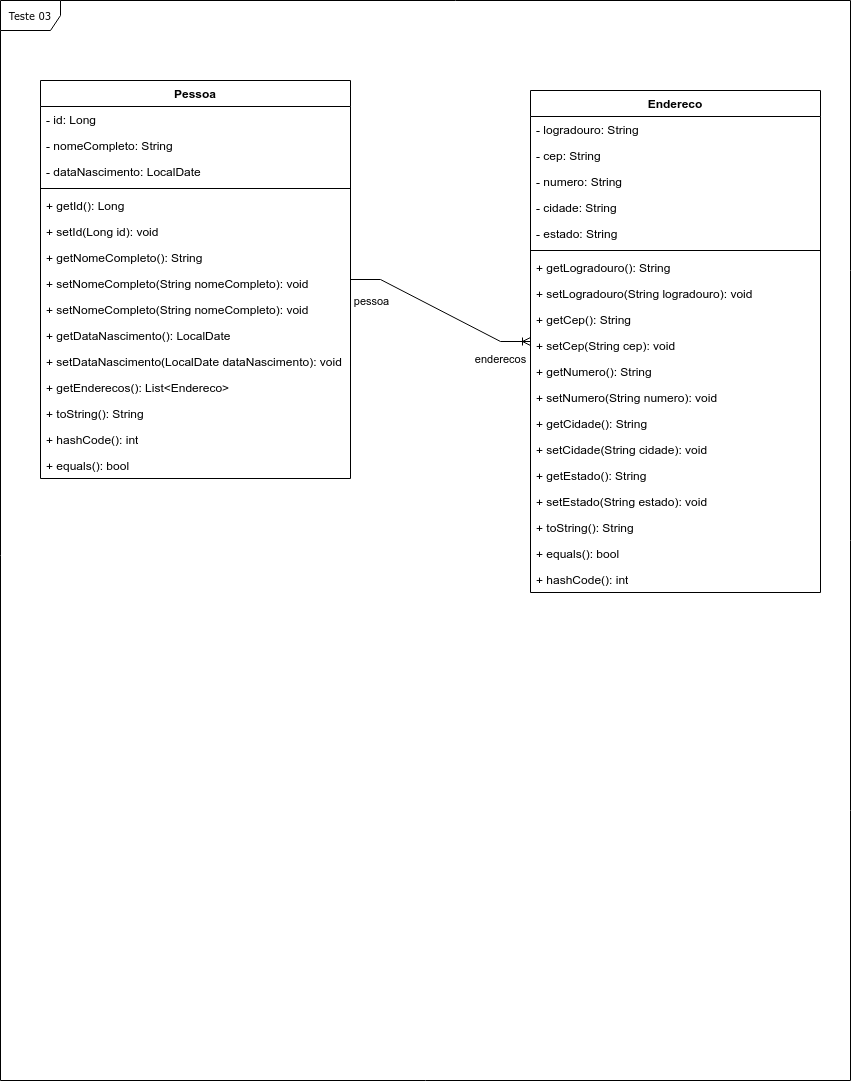
Earlier version of the draw.io export assets/teste-03-diagrama.drawio.png (JuniorAC90/api-attus-teste-03). Source tidied: cells renumbered, new cells last; positions are measured from the earlier drawing's top-left corner, leaving out a move shared by most shapes. Source of this version:
```xml
<mxGraphModel>
  <root>
    <mxCell id="0" />
    <mxCell id="1" parent="0" />
    <mxCell id="2" value="Teste 03" style="shape=umlFrame;whiteSpace=wrap;html=1;rounded=0;shadow=0;comic=0;labelBackgroundColor=none;strokeWidth=1;fontFamily=Verdana;fontSize=10;align=center;" parent="1" vertex="1">
      <mxGeometry width="850" height="1080" as="geometry" />
    </mxCell>
    <mxCell id="3" value="Pessoa" style="swimlane;fontStyle=1;align=center;verticalAlign=top;horizontal=1;startSize=26;whiteSpace=wrap;html=1;" parent="1" vertex="1">
      <mxGeometry x="40" y="80" width="310" height="398" as="geometry" />
    </mxCell>
    <mxCell id="4" value="- id: Long&lt;div&gt;&lt;br&gt;&lt;/div&gt;" style="text;strokeColor=none;fillColor=none;align=left;verticalAlign=top;spacingLeft=4;spacingRight=4;overflow=hidden;whiteSpace=wrap;html=1;" parent="3" vertex="1">
      <mxGeometry y="26" width="310" height="26" as="geometry" />
    </mxCell>
    <mxCell id="5" value="- nomeCompleto: String&lt;div&gt;&lt;br&gt;&lt;/div&gt;" style="text;strokeColor=none;fillColor=none;align=left;verticalAlign=top;spacingLeft=4;spacingRight=4;overflow=hidden;whiteSpace=wrap;html=1;" parent="3" vertex="1">
      <mxGeometry y="52" width="310" height="26" as="geometry" />
    </mxCell>
    <mxCell id="6" value="- dataNascimento: LocalDate" style="text;html=1;strokeColor=none;fillColor=none;align=left;verticalAlign=top;spacingLeft=4;spacingRight=4;whiteSpace=wrap;overflow=hidden;" parent="3" vertex="1">
      <mxGeometry y="78" width="310" height="26" as="geometry" />
    </mxCell>
    <mxCell id="7" style="line;strokeWidth=1;fillColor=none;align=left;verticalAlign=middle;spacingTop=-1;spacingLeft=3;spacingRight=3;labelPosition=right;strokeColor=inherit;" parent="3" vertex="1">
      <mxGeometry y="104" width="310" height="8" as="geometry" />
    </mxCell>
    <mxCell id="8" value="+ getId(): Long" style="text;strokeColor=none;fillColor=none;align=left;verticalAlign=top;spacingLeft=4;spacingRight=4;overflow=hidden;whiteSpace=wrap;html=1;" parent="3" vertex="1">
      <mxGeometry y="112" width="310" height="26" as="geometry" />
    </mxCell>
    <mxCell id="9" value="+ setId(Long id): void" style="text;strokeColor=none;fillColor=none;align=left;verticalAlign=top;spacingLeft=4;spacingRight=4;overflow=hidden;whiteSpace=wrap;html=1;" parent="3" vertex="1">
      <mxGeometry y="138" width="310" height="26" as="geometry" />
    </mxCell>
    <mxCell id="10" value="+ getNomeCompleto(): String" style="text;strokeColor=none;fillColor=none;align=left;verticalAlign=top;spacingLeft=4;spacingRight=4;overflow=hidden;whiteSpace=wrap;html=1;" parent="3" vertex="1">
      <mxGeometry y="164" width="310" height="26" as="geometry" />
    </mxCell>
    <mxCell id="11" value="+ setNomeCompleto(String nomeCompleto): void" style="text;strokeColor=none;fillColor=none;align=left;verticalAlign=top;spacingLeft=4;spacingRight=4;overflow=hidden;whiteSpace=wrap;html=1;" parent="3" vertex="1">
      <mxGeometry y="190" width="310" height="26" as="geometry" />
    </mxCell>
    <mxCell id="12" value="+ setNomeCompleto(String nomeCompleto): void" style="text;strokeColor=none;fillColor=none;align=left;verticalAlign=top;spacingLeft=4;spacingRight=4;overflow=hidden;whiteSpace=wrap;html=1;" parent="3" vertex="1">
      <mxGeometry y="216" width="310" height="26" as="geometry" />
    </mxCell>
    <mxCell id="13" value="+ getDataNascimento(): LocalDate" style="text;strokeColor=none;fillColor=none;align=left;verticalAlign=top;spacingLeft=4;spacingRight=4;overflow=hidden;whiteSpace=wrap;html=1;" parent="3" vertex="1">
      <mxGeometry y="242" width="310" height="26" as="geometry" />
    </mxCell>
    <mxCell id="14" value="+ setDataNascimento(LocalDate dataNascimento): void" style="text;strokeColor=none;fillColor=none;align=left;verticalAlign=top;spacingLeft=4;spacingRight=4;overflow=hidden;whiteSpace=wrap;html=1;" parent="3" vertex="1">
      <mxGeometry y="268" width="310" height="26" as="geometry" />
    </mxCell>
    <mxCell id="15" value="+ getEnderecos(): List&amp;lt;Endereco&amp;gt;" style="text;html=1;strokeColor=none;fillColor=none;align=left;verticalAlign=top;spacingLeft=4;spacingRight=4;whiteSpace=wrap;overflow=hidden;" parent="3" vertex="1">
      <mxGeometry y="294" width="310" height="26" as="geometry" />
    </mxCell>
    <mxCell id="16" value="+ toString(): String" style="text;strokeColor=none;fillColor=none;align=left;verticalAlign=top;spacingLeft=4;spacingRight=4;overflow=hidden;whiteSpace=wrap;html=1;" parent="3" vertex="1">
      <mxGeometry y="320" width="310" height="26" as="geometry" />
    </mxCell>
    <mxCell id="17" value="+ hashCode(): int" style="text;strokeColor=none;fillColor=none;align=left;verticalAlign=top;spacingLeft=4;spacingRight=4;overflow=hidden;whiteSpace=wrap;html=1;" parent="3" vertex="1">
      <mxGeometry y="346" width="310" height="26" as="geometry" />
    </mxCell>
    <mxCell id="18" value="+ equals(): bool" style="text;strokeColor=none;fillColor=none;align=left;verticalAlign=top;spacingLeft=4;spacingRight=4;overflow=hidden;whiteSpace=wrap;html=1;" parent="3" vertex="1">
      <mxGeometry y="372" width="310" height="26" as="geometry" />
    </mxCell>
    <mxCell id="19" value="Endereco" style="swimlane;fontStyle=1;align=center;verticalAlign=top;horizontal=1;startSize=26;whiteSpace=wrap;html=1;" parent="1" vertex="1">
      <mxGeometry x="530" y="90" width="290" height="502" as="geometry" />
    </mxCell>
    <mxCell id="20" value="- logradouro: String&lt;div&gt;&lt;br&gt;&lt;/div&gt;" style="text;strokeColor=none;fillColor=none;align=left;verticalAlign=top;spacingLeft=4;spacingRight=4;overflow=hidden;whiteSpace=wrap;html=1;" parent="19" vertex="1">
      <mxGeometry y="26" width="290" height="26" as="geometry" />
    </mxCell>
    <mxCell id="21" value="- cep: String" style="text;html=1;strokeColor=none;fillColor=none;align=left;verticalAlign=top;spacingLeft=4;spacingRight=4;whiteSpace=wrap;overflow=hidden;" parent="19" vertex="1">
      <mxGeometry y="52" width="290" height="26" as="geometry" />
    </mxCell>
    <mxCell id="22" value="- numero: String" style="text;html=1;strokeColor=none;fillColor=none;align=left;verticalAlign=top;spacingLeft=4;spacingRight=4;whiteSpace=wrap;overflow=hidden;" parent="19" vertex="1">
      <mxGeometry y="78" width="290" height="26" as="geometry" />
    </mxCell>
    <mxCell id="23" value="- cidade: String" style="text;html=1;strokeColor=none;fillColor=none;align=left;verticalAlign=top;spacingLeft=4;spacingRight=4;whiteSpace=wrap;overflow=hidden;" parent="19" vertex="1">
      <mxGeometry y="104" width="290" height="26" as="geometry" />
    </mxCell>
    <mxCell id="24" value="- estado: String" style="text;html=1;strokeColor=none;fillColor=none;align=left;verticalAlign=top;spacingLeft=4;spacingRight=4;whiteSpace=wrap;overflow=hidden;" parent="19" vertex="1">
      <mxGeometry y="130" width="290" height="26" as="geometry" />
    </mxCell>
    <mxCell id="25" style="line;strokeWidth=1;fillColor=none;align=left;verticalAlign=middle;spacingTop=-1;spacingLeft=3;spacingRight=3;labelPosition=right;strokeColor=inherit;" parent="19" vertex="1">
      <mxGeometry y="156" width="290" height="8" as="geometry" />
    </mxCell>
    <mxCell id="26" value="+ getLogradouro(): String" style="text;strokeColor=none;fillColor=none;align=left;verticalAlign=top;spacingLeft=4;spacingRight=4;overflow=hidden;whiteSpace=wrap;html=1;" parent="19" vertex="1">
      <mxGeometry y="164" width="290" height="26" as="geometry" />
    </mxCell>
    <mxCell id="27" value="+ setLogradouro(String logradouro): void" style="text;strokeColor=none;fillColor=none;align=left;verticalAlign=top;spacingLeft=4;spacingRight=4;overflow=hidden;whiteSpace=wrap;html=1;" parent="19" vertex="1">
      <mxGeometry y="190" width="290" height="26" as="geometry" />
    </mxCell>
    <mxCell id="28" value="+ getCep(): String" style="text;strokeColor=none;fillColor=none;align=left;verticalAlign=top;spacingLeft=4;spacingRight=4;overflow=hidden;whiteSpace=wrap;html=1;" parent="19" vertex="1">
      <mxGeometry y="216" width="290" height="26" as="geometry" />
    </mxCell>
    <mxCell id="29" value="+ setCep(String cep): void" style="text;strokeColor=none;fillColor=none;align=left;verticalAlign=top;spacingLeft=4;spacingRight=4;overflow=hidden;whiteSpace=wrap;html=1;" parent="19" vertex="1">
      <mxGeometry y="242" width="290" height="26" as="geometry" />
    </mxCell>
    <mxCell id="30" value="+ getNumero(): String" style="text;strokeColor=none;fillColor=none;align=left;verticalAlign=top;spacingLeft=4;spacingRight=4;overflow=hidden;whiteSpace=wrap;html=1;" parent="19" vertex="1">
      <mxGeometry y="268" width="290" height="26" as="geometry" />
    </mxCell>
    <mxCell id="31" value="+ setNumero(String numero): void" style="text;strokeColor=none;fillColor=none;align=left;verticalAlign=top;spacingLeft=4;spacingRight=4;overflow=hidden;whiteSpace=wrap;html=1;" parent="19" vertex="1">
      <mxGeometry y="294" width="290" height="26" as="geometry" />
    </mxCell>
    <mxCell id="32" value="+ getCidade(): String" style="text;strokeColor=none;fillColor=none;align=left;verticalAlign=top;spacingLeft=4;spacingRight=4;overflow=hidden;whiteSpace=wrap;html=1;" parent="19" vertex="1">
      <mxGeometry y="320" width="290" height="26" as="geometry" />
    </mxCell>
    <mxCell id="33" value="+ setCidade(String cidade): void" style="text;strokeColor=none;fillColor=none;align=left;verticalAlign=top;spacingLeft=4;spacingRight=4;overflow=hidden;whiteSpace=wrap;html=1;" parent="19" vertex="1">
      <mxGeometry y="346" width="290" height="26" as="geometry" />
    </mxCell>
    <mxCell id="34" value="+ getEstado(): String" style="text;strokeColor=none;fillColor=none;align=left;verticalAlign=top;spacingLeft=4;spacingRight=4;overflow=hidden;whiteSpace=wrap;html=1;" parent="19" vertex="1">
      <mxGeometry y="372" width="290" height="26" as="geometry" />
    </mxCell>
    <mxCell id="35" value="+ setEstado(String estado): void" style="text;strokeColor=none;fillColor=none;align=left;verticalAlign=top;spacingLeft=4;spacingRight=4;overflow=hidden;whiteSpace=wrap;html=1;" parent="19" vertex="1">
      <mxGeometry y="398" width="290" height="26" as="geometry" />
    </mxCell>
    <mxCell id="36" value="+ toString(): String" style="text;strokeColor=none;fillColor=none;align=left;verticalAlign=top;spacingLeft=4;spacingRight=4;overflow=hidden;whiteSpace=wrap;html=1;" parent="19" vertex="1">
      <mxGeometry y="424" width="290" height="26" as="geometry" />
    </mxCell>
    <mxCell id="37" value="+ equals(): bool" style="text;strokeColor=none;fillColor=none;align=left;verticalAlign=top;spacingLeft=4;spacingRight=4;overflow=hidden;whiteSpace=wrap;html=1;" parent="19" vertex="1">
      <mxGeometry y="450" width="290" height="26" as="geometry" />
    </mxCell>
    <mxCell id="38" value="+ hashCode(): int" style="text;strokeColor=none;fillColor=none;align=left;verticalAlign=top;spacingLeft=4;spacingRight=4;overflow=hidden;whiteSpace=wrap;html=1;" parent="19" vertex="1">
      <mxGeometry y="476" width="290" height="26" as="geometry" />
    </mxCell>
    <mxCell id="39" style="edgeStyle=entityRelationEdgeStyle;fontSize=12;html=1;endArrow=ERoneToMany;rounded=0;" parent="1" edge="1" source="3" target="19">
      <mxGeometry relative="1" as="geometry" />
    </mxCell>
    <mxCell id="40" value="enderecos" style="edgeLabel;html=1;align=center;verticalAlign=middle;" parent="39" vertex="1">
      <mxGeometry x="0.86" relative="1" as="geometry">
        <mxPoint x="-16" y="17" as="offset" />
      </mxGeometry>
    </mxCell>
    <mxCell id="41" value="pessoa" style="edgeLabel;html=1;align=center;verticalAlign=middle;" parent="39" vertex="1">
      <mxGeometry x="-0.84" relative="1" as="geometry">
        <mxPoint x="4" y="21" as="offset" />
      </mxGeometry>
    </mxCell>
  </root>
</mxGraphModel>
```
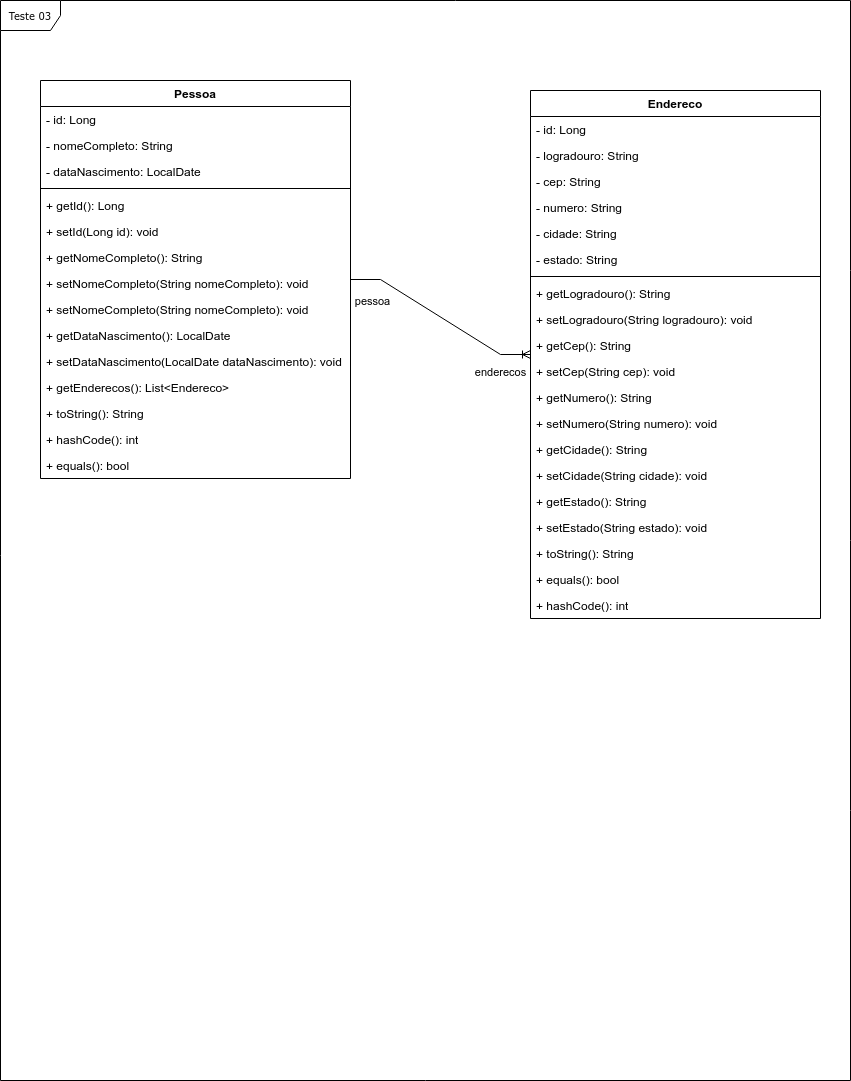
The same file after the commit.

Commit message:
Correção do Diagrama de Classes

Change to the diagram source:
```diff
@@ -54,64 +54,67 @@
       <mxGeometry y="372" width="310" height="26" as="geometry" />
     </mxCell>
     <mxCell id="19" value="Endereco" style="swimlane;fontStyle=1;align=center;verticalAlign=top;horizontal=1;startSize=26;whiteSpace=wrap;html=1;" parent="1" vertex="1">
-      <mxGeometry x="530" y="90" width="290" height="502" as="geometry" />
+      <mxGeometry x="530" y="90" width="290" height="528" as="geometry" />
     </mxCell>
+    <mxCell id="42" value="- id: Long&lt;div&gt;&lt;br&gt;&lt;/div&gt;" style="text;strokeColor=none;fillColor=none;align=left;verticalAlign=top;spacingLeft=4;spacingRight=4;overflow=hidden;whiteSpace=wrap;html=1;" parent="19" vertex="1">
+      <mxGeometry y="26" width="290" height="26" as="geometry" />
+    </mxCell>
     <mxCell id="20" value="- logradouro: String&lt;div&gt;&lt;br&gt;&lt;/div&gt;" style="text;strokeColor=none;fillColor=none;align=left;verticalAlign=top;spacingLeft=4;spacingRight=4;overflow=hidden;whiteSpace=wrap;html=1;" parent="19" vertex="1">
-      <mxGeometry y="26" width="290" height="26" as="geometry" />
+      <mxGeometry y="52" width="290" height="26" as="geometry" />
     </mxCell>
     <mxCell id="21" value="- cep: String" style="text;html=1;strokeColor=none;fillColor=none;align=left;verticalAlign=top;spacingLeft=4;spacingRight=4;whiteSpace=wrap;overflow=hidden;" parent="19" vertex="1">
-      <mxGeometry y="52" width="290" height="26" as="geometry" />
+      <mxGeometry y="78" width="290" height="26" as="geometry" />
     </mxCell>
     <mxCell id="22" value="- numero: String" style="text;html=1;strokeColor=none;fillColor=none;align=left;verticalAlign=top;spacingLeft=4;spacingRight=4;whiteSpace=wrap;overflow=hidden;" parent="19" vertex="1">
-      <mxGeometry y="78" width="290" height="26" as="geometry" />
+      <mxGeometry y="104" width="290" height="26" as="geometry" />
     </mxCell>
     <mxCell id="23" value="- cidade: String" style="text;html=1;strokeColor=none;fillColor=none;align=left;verticalAlign=top;spacingLeft=4;spacingRight=4;whiteSpace=wrap;overflow=hidden;" parent="19" vertex="1">
-      <mxGeometry y="104" width="290" height="26" as="geometry" />
+      <mxGeometry y="130" width="290" height="26" as="geometry" />
     </mxCell>
     <mxCell id="24" value="- estado: String" style="text;html=1;strokeColor=none;fillColor=none;align=left;verticalAlign=top;spacingLeft=4;spacingRight=4;whiteSpace=wrap;overflow=hidden;" parent="19" vertex="1">
-      <mxGeometry y="130" width="290" height="26" as="geometry" />
+      <mxGeometry y="156" width="290" height="26" as="geometry" />
     </mxCell>
     <mxCell id="25" style="line;strokeWidth=1;fillColor=none;align=left;verticalAlign=middle;spacingTop=-1;spacingLeft=3;spacingRight=3;labelPosition=right;strokeColor=inherit;" parent="19" vertex="1">
-      <mxGeometry y="156" width="290" height="8" as="geometry" />
+      <mxGeometry y="182" width="290" height="8" as="geometry" />
     </mxCell>
     <mxCell id="26" value="+ getLogradouro(): String" style="text;strokeColor=none;fillColor=none;align=left;verticalAlign=top;spacingLeft=4;spacingRight=4;overflow=hidden;whiteSpace=wrap;html=1;" parent="19" vertex="1">
-      <mxGeometry y="164" width="290" height="26" as="geometry" />
+      <mxGeometry y="190" width="290" height="26" as="geometry" />
     </mxCell>
     <mxCell id="27" value="+ setLogradouro(String logradouro): void" style="text;strokeColor=none;fillColor=none;align=left;verticalAlign=top;spacingLeft=4;spacingRight=4;overflow=hidden;whiteSpace=wrap;html=1;" parent="19" vertex="1">
-      <mxGeometry y="190" width="290" height="26" as="geometry" />
+      <mxGeometry y="216" width="290" height="26" as="geometry" />
     </mxCell>
     <mxCell id="28" value="+ getCep(): String" style="text;strokeColor=none;fillColor=none;align=left;verticalAlign=top;spacingLeft=4;spacingRight=4;overflow=hidden;whiteSpace=wrap;html=1;" parent="19" vertex="1">
-      <mxGeometry y="216" width="290" height="26" as="geometry" />
+      <mxGeometry y="242" width="290" height="26" as="geometry" />
     </mxCell>
     <mxCell id="29" value="+ setCep(String cep): void" style="text;strokeColor=none;fillColor=none;align=left;verticalAlign=top;spacingLeft=4;spacingRight=4;overflow=hidden;whiteSpace=wrap;html=1;" parent="19" vertex="1">
-      <mxGeometry y="242" width="290" height="26" as="geometry" />
+      <mxGeometry y="268" width="290" height="26" as="geometry" />
     </mxCell>
     <mxCell id="30" value="+ getNumero(): String" style="text;strokeColor=none;fillColor=none;align=left;verticalAlign=top;spacingLeft=4;spacingRight=4;overflow=hidden;whiteSpace=wrap;html=1;" parent="19" vertex="1">
-      <mxGeometry y="268" width="290" height="26" as="geometry" />
+      <mxGeometry y="294" width="290" height="26" as="geometry" />
     </mxCell>
     <mxCell id="31" value="+ setNumero(String numero): void" style="text;strokeColor=none;fillColor=none;align=left;verticalAlign=top;spacingLeft=4;spacingRight=4;overflow=hidden;whiteSpace=wrap;html=1;" parent="19" vertex="1">
-      <mxGeometry y="294" width="290" height="26" as="geometry" />
+      <mxGeometry y="320" width="290" height="26" as="geometry" />
     </mxCell>
     <mxCell id="32" value="+ getCidade(): String" style="text;strokeColor=none;fillColor=none;align=left;verticalAlign=top;spacingLeft=4;spacingRight=4;overflow=hidden;whiteSpace=wrap;html=1;" parent="19" vertex="1">
-      <mxGeometry y="320" width="290" height="26" as="geometry" />
+      <mxGeometry y="346" width="290" height="26" as="geometry" />
     </mxCell>
     <mxCell id="33" value="+ setCidade(String cidade): void" style="text;strokeColor=none;fillColor=none;align=left;verticalAlign=top;spacingLeft=4;spacingRight=4;overflow=hidden;whiteSpace=wrap;html=1;" parent="19" vertex="1">
-      <mxGeometry y="346" width="290" height="26" as="geometry" />
+      <mxGeometry y="372" width="290" height="26" as="geometry" />
     </mxCell>
     <mxCell id="34" value="+ getEstado(): String" style="text;strokeColor=none;fillColor=none;align=left;verticalAlign=top;spacingLeft=4;spacingRight=4;overflow=hidden;whiteSpace=wrap;html=1;" parent="19" vertex="1">
-      <mxGeometry y="372" width="290" height="26" as="geometry" />
+      <mxGeometry y="398" width="290" height="26" as="geometry" />
     </mxCell>
     <mxCell id="35" value="+ setEstado(String estado): void" style="text;strokeColor=none;fillColor=none;align=left;verticalAlign=top;spacingLeft=4;spacingRight=4;overflow=hidden;whiteSpace=wrap;html=1;" parent="19" vertex="1">
-      <mxGeometry y="398" width="290" height="26" as="geometry" />
+      <mxGeometry y="424" width="290" height="26" as="geometry" />
     </mxCell>
     <mxCell id="36" value="+ toString(): String" style="text;strokeColor=none;fillColor=none;align=left;verticalAlign=top;spacingLeft=4;spacingRight=4;overflow=hidden;whiteSpace=wrap;html=1;" parent="19" vertex="1">
-      <mxGeometry y="424" width="290" height="26" as="geometry" />
+      <mxGeometry y="450" width="290" height="26" as="geometry" />
     </mxCell>
     <mxCell id="37" value="+ equals(): bool" style="text;strokeColor=none;fillColor=none;align=left;verticalAlign=top;spacingLeft=4;spacingRight=4;overflow=hidden;whiteSpace=wrap;html=1;" parent="19" vertex="1">
-      <mxGeometry y="450" width="290" height="26" as="geometry" />
+      <mxGeometry y="476" width="290" height="26" as="geometry" />
     </mxCell>
     <mxCell id="38" value="+ hashCode(): int" style="text;strokeColor=none;fillColor=none;align=left;verticalAlign=top;spacingLeft=4;spacingRight=4;overflow=hidden;whiteSpace=wrap;html=1;" parent="19" vertex="1">
-      <mxGeometry y="476" width="290" height="26" as="geometry" />
+      <mxGeometry y="502" width="290" height="26" as="geometry" />
     </mxCell>
     <mxCell id="39" style="edgeStyle=entityRelationEdgeStyle;fontSize=12;html=1;endArrow=ERoneToMany;rounded=0;" parent="1" edge="1" source="3" target="19">
       <mxGeometry relative="1" as="geometry" />
```
